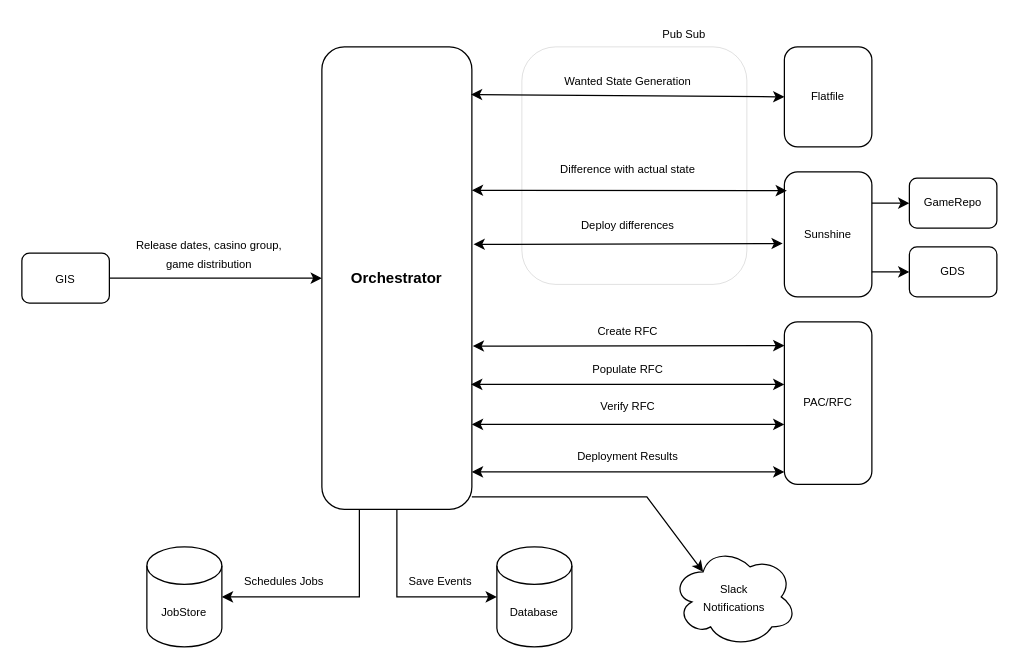
Before: application-diagrams/casino/functional/release-executor/flow.drawio in rohit23ahuja/draw-io, a draw.io diagram. Source tidied: cells renumbered, new cells numbered last; positions are measured from the earlier drawing's top-left corner, leaving out a move shared by most shapes. Both pictures are drawn from the tidied source at 125%, with x=0, y=0 at pixel (21, 21).
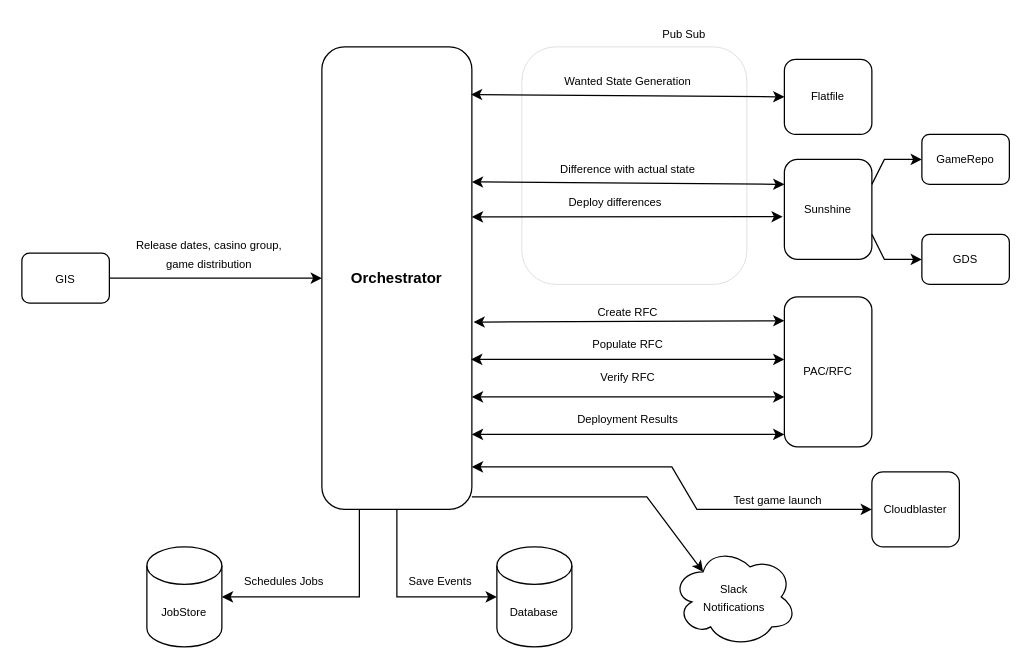
The same diagram, later.

Unchanged cells that the change refers to:
```xml
<mxCell id="4" value="&lt;b&gt;Orchestrator&lt;/b&gt;" style="rounded=1;whiteSpace=wrap;html=1;" parent="1" vertex="1">
  <mxGeometry x="240" y="20" width="120" height="370" as="geometry" />
</mxCell>
```

What changed in the source:
```diff
@@
     <mxCell id="7" value="Flatfile" style="rounded=1;whiteSpace=wrap;html=1;fontSize=9;" parent="1" vertex="1">
-      <mxGeometry x="610" y="20" width="70" height="80" as="geometry" />
+      <mxGeometry x="610" y="30" width="70" height="60" as="geometry" />
     </mxCell>
     <mxCell id="8" value="Sunshine" style="rounded=1;whiteSpace=wrap;html=1;fontSize=9;" parent="1" vertex="1">
-      <mxGeometry x="610" y="120" width="70" height="100" as="geometry" />
+      <mxGeometry x="610" y="110" width="70" height="80" as="geometry" />
     </mxCell>
     <mxCell id="9" value="PAC/RFC" style="rounded=1;whiteSpace=wrap;html=1;fontSize=9;" parent="1" vertex="1">
-      <mxGeometry x="610" y="240" width="70" height="130" as="geometry" />
+      <mxGeometry x="610" y="220" width="70" height="120" as="geometry" />
     </mxCell>
@@
-    <mxCell id="12" style="endArrow=classic;startArrow=classic;html=1;rounded=0;fontSize=9;exitX=1;exitY=0.31;exitDx=0;exitDy=0;exitPerimeter=0;" parent="1" edge="1" source="4">
-      <mxGeometry relative="1" as="geometry">
-        <mxPoint x="612" y="135" as="targetPoint" />
-      </mxGeometry>
+    <mxCell id="12" style="endArrow=classic;startArrow=classic;html=1;rounded=0;fontSize=9;exitX=1;exitY=0.292;exitDx=0;exitDy=0;exitPerimeter=0;entryX=0;entryY=0.25;entryDx=0;entryDy=0;" parent="1" edge="1" source="4" target="8">
+      <mxGeometry relative="1" as="geometry" />
     </mxCell>
@@
-    <mxCell id="14" style="endArrow=classic;startArrow=classic;html=1;rounded=0;fontSize=9;exitX=1.011;exitY=0.427;exitDx=0;exitDy=0;exitPerimeter=0;entryX=-0.019;entryY=0.573;entryDx=0;entryDy=0;entryPerimeter=0;" parent="1" edge="1" source="4" target="8">
-      <mxGeometry relative="1" as="geometry" />
+    <mxCell id="14" style="endArrow=classic;startArrow=classic;html=1;rounded=0;fontSize=9;entryX=-0.019;entryY=0.573;entryDx=0;entryDy=0;entryPerimeter=0;" parent="1" edge="1" target="8">
+      <mxGeometry relative="1" as="geometry">
+        <mxPoint x="360" y="156" as="sourcePoint" />
+      </mxGeometry>
     </mxCell>
     <mxCell id="15" value="Deploy differences" style="text;html=1;strokeColor=none;fillColor=none;align=center;verticalAlign=middle;whiteSpace=wrap;rounded=0;fontSize=9;" parent="1" vertex="1">
-      <mxGeometry x="420" y="155" width="130" height="15" as="geometry" />
+      <mxGeometry x="410" y="137.5" width="130" height="15" as="geometry" />
     </mxCell>
-    <mxCell id="16" style="endArrow=classic;startArrow=classic;html=1;rounded=0;fontSize=9;exitX=1.006;exitY=0.647;exitDx=0;exitDy=0;exitPerimeter=0;" parent="1" edge="1" source="4">
-      <mxGeometry relative="1" as="geometry">
-        <mxPoint x="610" y="259" as="targetPoint" />
-      </mxGeometry>
+    <mxCell id="16" style="endArrow=classic;startArrow=classic;html=1;rounded=0;fontSize=9;exitX=1.011;exitY=0.595;exitDx=0;exitDy=0;exitPerimeter=0;entryX=0;entryY=0.159;entryDx=0;entryDy=0;entryPerimeter=0;" parent="1" edge="1" source="4" target="9">
+      <mxGeometry relative="1" as="geometry" />
     </mxCell>
     <mxCell id="17" value="Create RFC" style="text;html=1;strokeColor=none;fillColor=none;align=center;verticalAlign=middle;whiteSpace=wrap;rounded=0;fontSize=9;" parent="1" vertex="1">
-      <mxGeometry x="420" y="240" width="130" height="15" as="geometry" />
+      <mxGeometry x="420" y="225" width="130" height="15" as="geometry" />
     </mxCell>
     <mxCell id="18" style="endArrow=classic;startArrow=classic;html=1;rounded=0;fontSize=9;entryX=0.019;entryY=0.176;entryDx=0;entryDy=0;entryPerimeter=0;exitX=1.006;exitY=0.647;exitDx=0;exitDy=0;exitPerimeter=0;" parent="1" edge="1">
       <mxGeometry relative="1" as="geometry">
-        <mxPoint x="359.4" y="290" as="sourcePoint" />
-        <mxPoint x="610" y="290" as="targetPoint" />
+        <mxPoint x="359.4" y="270" as="sourcePoint" />
+        <mxPoint x="610" y="270" as="targetPoint" />
       </mxGeometry>
     </mxCell>
     <mxCell id="19" value="Populate RFC" style="text;html=1;strokeColor=none;fillColor=none;align=center;verticalAlign=middle;whiteSpace=wrap;rounded=0;fontSize=9;" parent="1" vertex="1">
-      <mxGeometry x="420" y="270" width="130" height="15" as="geometry" />
+      <mxGeometry x="420" y="250" width="130" height="15" as="geometry" />
     </mxCell>
     <mxCell id="20" style="endArrow=classic;startArrow=classic;html=1;rounded=0;fontSize=9;" parent="1" edge="1">
       <mxGeometry relative="1" as="geometry">
-        <mxPoint x="360" y="322" as="sourcePoint" />
-        <mxPoint x="610" y="322" as="targetPoint" />
+        <mxPoint x="360" y="300" as="sourcePoint" />
+        <mxPoint x="610" y="300" as="targetPoint" />
       </mxGeometry>
     </mxCell>
     <mxCell id="21" value="Verify RFC" style="text;html=1;strokeColor=none;fillColor=none;align=center;verticalAlign=middle;whiteSpace=wrap;rounded=0;fontSize=9;" parent="1" vertex="1">
-      <mxGeometry x="420" y="300" width="130" height="15" as="geometry" />
+      <mxGeometry x="420" y="277.5" width="130" height="15" as="geometry" />
     </mxCell>
     <mxCell id="22" style="endArrow=classic;startArrow=classic;html=1;rounded=0;fontSize=9;" parent="1" edge="1">
       <mxGeometry relative="1" as="geometry">
-        <mxPoint x="360" y="360" as="sourcePoint" />
-        <mxPoint x="610" y="360" as="targetPoint" />
+        <mxPoint x="360" y="330" as="sourcePoint" />
+        <mxPoint x="610" y="330" as="targetPoint" />
       </mxGeometry>
     </mxCell>
     <mxCell id="23" value="Deployment Results" style="text;html=1;strokeColor=none;fillColor=none;align=center;verticalAlign=middle;whiteSpace=wrap;rounded=0;fontSize=9;" parent="1" vertex="1">
-      <mxGeometry x="420" y="340" width="130" height="15" as="geometry" />
+      <mxGeometry x="420" y="310" width="130" height="15" as="geometry" />
     </mxCell>
     <mxCell id="24" value="GameRepo" style="rounded=1;whiteSpace=wrap;html=1;fontSize=9;" parent="1" vertex="1">
-      <mxGeometry x="710" y="125" width="70" height="40" as="geometry" />
+      <mxGeometry x="720" y="90" width="70" height="40" as="geometry" />
     </mxCell>
     <mxCell id="25" value="GDS" style="rounded=1;whiteSpace=wrap;html=1;fontSize=9;" parent="1" vertex="1">
-      <mxGeometry x="710" y="180" width="70" height="40" as="geometry" />
+      <mxGeometry x="720" y="170" width="70" height="40" as="geometry" />
     </mxCell>
     <mxCell id="26" style="endArrow=classic;html=1;rounded=0;fontSize=9;entryX=0;entryY=0.5;entryDx=0;entryDy=0;exitX=1;exitY=0.25;exitDx=0;exitDy=0;" parent="1" edge="1" source="8" target="24">
-      <mxGeometry relative="1" as="geometry" />
+      <mxGeometry relative="1" as="geometry">
+        <Array as="points">
+          <mxPoint x="690" y="110" />
+        </Array>
+      </mxGeometry>
     </mxCell>
-    <mxCell id="27" style="endArrow=classic;html=1;rounded=0;fontSize=9;entryX=0;entryY=0.5;entryDx=0;entryDy=0;" parent="1" edge="1" target="25">
+    <mxCell id="27" style="endArrow=classic;html=1;rounded=0;fontSize=9;entryX=0;entryY=0.5;entryDx=0;entryDy=0;exitX=1;exitY=0.75;exitDx=0;exitDy=0;" parent="1" edge="1" source="8" target="25">
       <mxGeometry relative="1" as="geometry">
-        <mxPoint x="680" y="200" as="sourcePoint" />
+        <Array as="points">
+          <mxPoint x="690" y="190" />
+        </Array>
       </mxGeometry>
     </mxCell>
@@
+    <mxCell id="37" value="Cloudblaster" style="rounded=1;whiteSpace=wrap;html=1;fontSize=9;" parent="1" vertex="1">
+      <mxGeometry x="680" y="360" width="70" height="60" as="geometry" />
+    </mxCell>
+    <mxCell id="38" style="endArrow=classic;startArrow=classic;html=1;rounded=0;entryX=0;entryY=0.5;entryDx=0;entryDy=0;" parent="1" edge="1" target="37">
+      <mxGeometry relative="1" as="geometry">
+        <mxPoint x="360" y="356" as="sourcePoint" />
+        <Array as="points">
+          <mxPoint x="520" y="356" />
+          <mxPoint x="540" y="390" />
+        </Array>
+      </mxGeometry>
+    </mxCell>
+    <mxCell id="39" value="Test game launch" style="text;html=1;strokeColor=none;fillColor=none;align=center;verticalAlign=middle;whiteSpace=wrap;rounded=0;fontSize=9;" parent="1" vertex="1">
+      <mxGeometry x="540" y="375" width="130" height="15" as="geometry" />
+    </mxCell>
```
